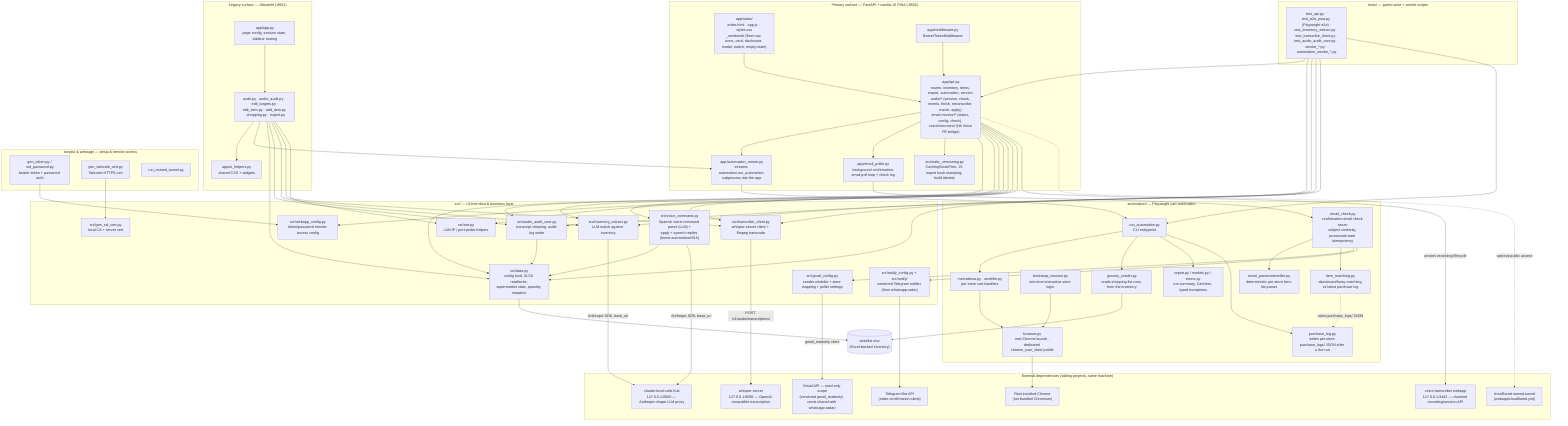
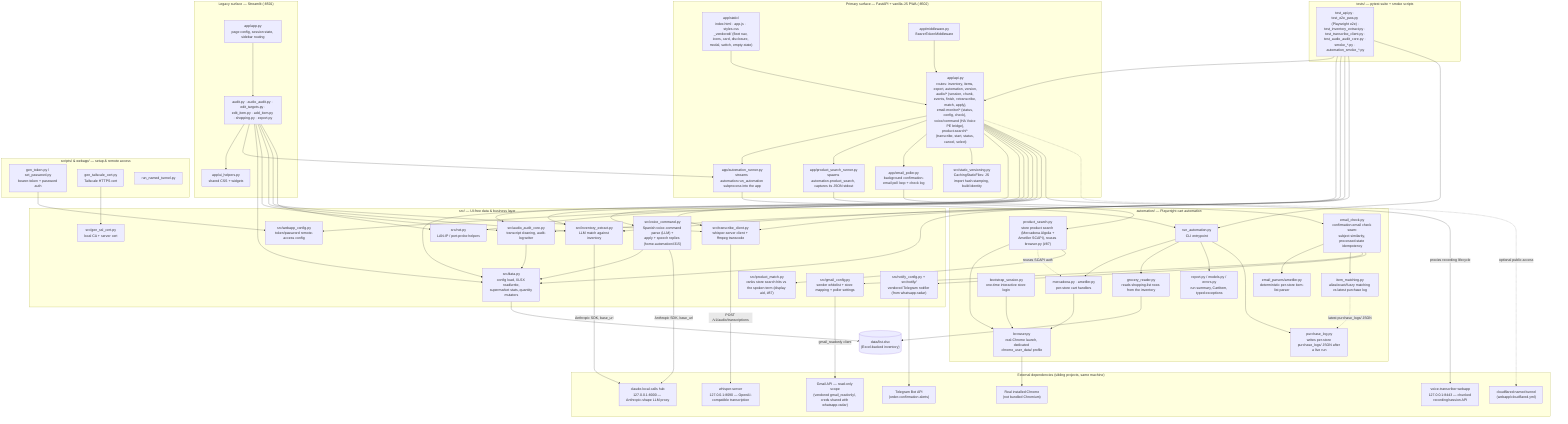
%% docs/architecture.mmd — this repo's own internal structure.
%% Hand-authored, not generated — unlike a fleet-wide crawled map, this
%% repo's own internal shape is semantic and can't be scraped the same way.
%% Update this diagram in the same PR as any material structural change (a
%% new mode/route, a module moved, a new external dependency wired in) —
%% same anti-staleness contract as this repo's own `.fleet.toml` `description`
%% field. See ferraroroberto/fleet-config#256 for the general convention.

flowchart TB
  subgraph frontend["Primary surface — FastAPI + vanilla-JS PWA (:8502)"]
    STATIC["app/static/\nindex.html · app.js · styles.css\n_vendored/ (fleet nav, icons, card, disclosure, modal, switch, empty-state)"]
-     API["app/api.py\nroutes: inventory, items, export, automation, version,\naudio/* (session, chunk, events, finish, retranscribe, match, apply),\nemail-monitor/* (status, config, check), voice/command (HA Voice PE bridge)"]
+     API["app/api.py\nroutes: inventory, items, export, automation, version,\naudio/* (session, chunk, events, finish, retranscribe, match, apply),\nemail-monitor/* (status, config, check), voice/command (HA Voice PE bridge),\nproduct-search/* (transcribe, start, status, cancel, select)"]
    MW["app/middleware.py\nBearerTokenMiddleware"]
    RUNNER["app/automation_runner.py\nstreams automation.run_automation subprocess into the app"]
+     PSRUNNER["app/product_search_runner.py\nspawns automation.product_search, captures its JSON stdout"]
    POLLER["app/email_poller.py\nbackground confirmation-email poll loop + check log"]
    VERSIONING["src/static_versioning.py\nCachingStaticFiles: JS import hash-stamping, build identity"]
    STATIC --> API
    MW --> API
    API --> RUNNER
+     API --> PSRUNNER
    API --> POLLER
    API --> VERSIONING
  end

  subgraph legacy["Legacy surface — Streamlit (:8501)"]
    APPPY["app/app.py\npage config, session state, sidebar routing"]
    MODES["audit.py · audio_audit.py · edit_targets.py ·\nedit_item.py · add_item.py · shopping.py · export.py"]
    UIHELP["app/ui_helpers.py\nshared CSS + widgets"]
    APPPY --> MODES
    MODES --> UIHELP
    MODES --> RUNNER
  end

  subgraph datalayer["src/ — UI-free data & business layer"]
    DATA["src/data.py\nconfig load, XLSX read/write,\nsupermarket stats, quantity mutators"]
    AUDIOCORE["src/audio_audit_core.py\ntranscript cleaning, audit-log writer"]
    EXTRACT["src/inventory_extract.py\nLLM match against inventory"]
    VOICECMD["src/voice_command.py\nSpanish voice-command parse (LLM) +\napply + speech replies (home-automation#315)"]
+     PRODMATCH["src/product_match.py\nranks store search hits vs the spoken term (display aid, #87)"]
    TRANSCRIBE["src/transcribe_client.py\nwhisper-server client + ffmpeg transcode"]
    NET["src/net.py\nLAN-IP / port-probe helpers"]
    WEBCFG["src/webapp_config.py\ntoken/password remote-access config"]
    GMAILCFG["src/gmail_config.py\nsender whitelist + store mapping + poller settings"]
    NOTIFYCFG["src/notify_config.py + src/notify/\nvendored Telegram notifier (from whatsapp-radar)"]
    SSL["src/gen_ssl_cert.py\nlocal CA + server cert"]
  end
  API --> DATA
  API --> AUDIOCORE
  API --> EXTRACT
  API --> VOICECMD
  VOICECMD --> DATA
  API --> TRANSCRIBE
  API --> NET
  API --> WEBCFG
  MODES --> DATA
  MODES --> AUDIOCORE
  MODES --> EXTRACT
  MODES --> TRANSCRIBE
  MODES --> NET
  AUDIOCORE --> DATA

  XLSX[("data/list.xlsx\n(Excel-backed inventory)")]
  DATA --> XLSX

  subgraph cartauto["automation/ — Playwright cart automation"]
    RUNAUTO["run_automation.py\nCLI entrypoint"]
    STOREMODS["mercadona.py · ametller.py\nper-store cart handlers"]
    BROWSER["browser.py\nreal-Chrome launch, dedicated chrome_user_data/ profile"]
    BOOTSTRAP["bootstrap_session.py\none-time interactive store login"]
    READER["grocery_reader.py\nreads shopping-list rows from the inventory"]
    REPORT["report.py / models.py / errors.py\nrun summary, CartItem, typed exceptions"]
    PURCHASELOG["purchase_log.py\nwrites per-store purchase_logs/ JSON after a live run"]
    EMAILCHECK["email_check.py\nconfirmation-email check seam:\nsubject similarity, processed-state idempotency"]
    EMAILPARSERS["email_parsers/ametller.py\ndeterministic per-store item-list parser"]
    ITEMMATCH["item_matching.py\nalias/exact/fuzzy matching vs latest purchase log"]
+     PRODSEARCH["product_search.py\nstore product search (Mercadona Algolia +\nAmetller SCAPI), reuses browser.py (#87)"]
    RUNAUTO --> STOREMODS
    STOREMODS --> BROWSER
    BOOTSTRAP --> BROWSER
    RUNAUTO --> READER
    RUNAUTO --> REPORT
    RUNAUTO --> PURCHASELOG
    EMAILCHECK --> EMAILPARSERS
    EMAILCHECK --> ITEMMATCH
+     PRODSEARCH --> BROWSER
+     PRODSEARCH -.->|reuses SCAPI auth| STOREMODS
  end
  RUNNER --> RUNAUTO
+   PSRUNNER --> PRODSEARCH
+   PRODSEARCH --> PRODMATCH
  POLLER --> EMAILCHECK
  EMAILCHECK --> GMAILCFG
  EMAILCHECK --> NOTIFYCFG
  ITEMMATCH -.->|latest purchase_logs/ JSON| PURCHASELOG
  READER --> XLSX

  subgraph external["External dependencies (sibling projects, same machine)"]
    HUB["claude-local-calls hub\n127.0.0.1:8000 — Anthropic-shape LLM proxy"]
    WHISPER["whisper-server\n127.0.0.1:8090 — OpenAI-compatible transcription"]
    VOICET["voice-transcriber webapp\n127.0.0.1:8443 — chunked recording/session API"]
    CHROME["Real installed Chrome\n(not bundled Chromium)"]
    CLOUDFLARE["cloudflared named tunnel\n(webapp/cloudflared.yml)"]
    GMAILAPI["Gmail API — read-only scope\n(vendored gmail_readonly/, creds shared with whatsapp-radar)"]
    TELEGRAM["Telegram Bot API\n(order-confirmation alerts)"]
  end
  EXTRACT -->|Anthropic SDK, base_url| HUB
  VOICECMD -->|Anthropic SDK, base_url| HUB
  TRANSCRIBE -->|POST /v1/audio/transcriptions| WHISPER
  API -->|proxies recording lifecycle| VOICET
  BROWSER --> CHROME
  API -.->|optional public access| CLOUDFLARE
  GMAILCFG -->|gmail_readonly client| GMAILAPI
  NOTIFYCFG --> TELEGRAM

  subgraph scripts["scripts/ & webapp/ — setup & remote access"]
    GENTOKEN["gen_token.py / set_password.py\nbearer-token + password auth"]
    TAILCERT["gen_tailscale_cert.py\nTailscale HTTPS cert"]
    TUNNEL["run_named_tunnel.py"]
  end
  GENTOKEN --> WEBCFG
  TAILCERT --> SSL

  subgraph tests["tests/ — pytest suite + smoke scripts"]
    TESTFILES["test_api.py · test_e2e_pwa.py (Playwright e2e) ·\ntest_inventory_extract.py · test_transcribe_client.py ·\ntest_audio_audit_core.py · smoke_*.py · automation_smoke_*.py"]
  end
  TESTFILES --> API
  TESTFILES --> DATA
  TESTFILES --> EXTRACT
  TESTFILES --> TRANSCRIBE
  TESTFILES --> AUDIOCORE
  TESTFILES --> RUNAUTO
